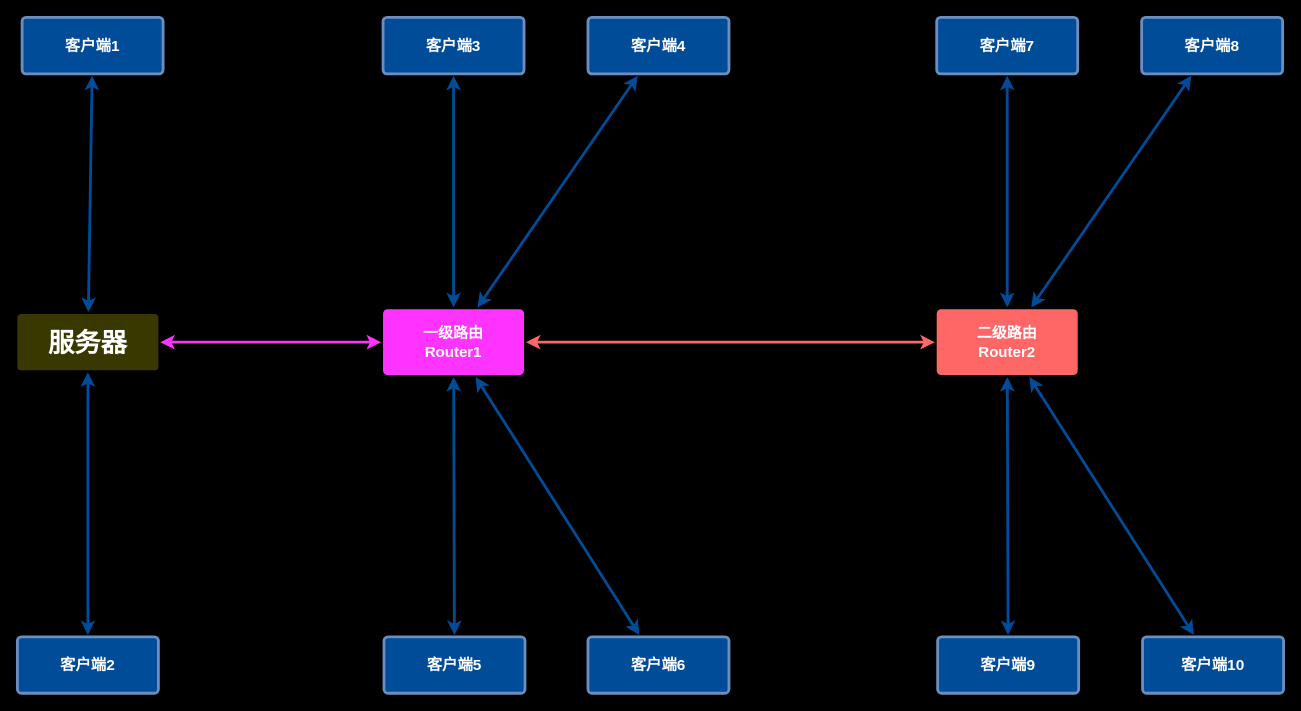
This is draw_io_test/lora_router.drawio from doctor1cong/draw_flow_chart, a draw.io file, before an edit. Source tidied: cells renumbered, new cells numbered last; positions are measured from the earlier drawing's top-left corner, leaving out a move shared by most shapes. Both pictures are drawn from the tidied source at 94%, with x=0, y=0 at pixel (17, 17).
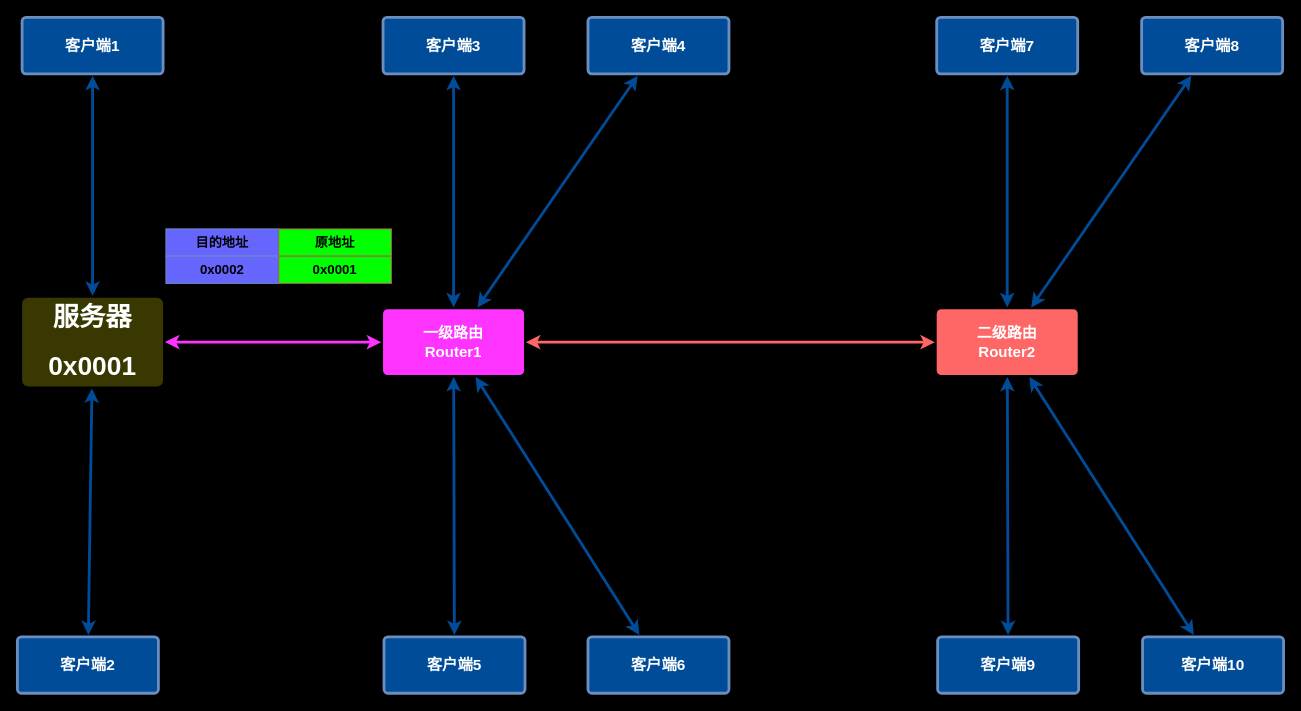
After the change.

The edit, as a diff of the source:
```diff
@@
-    <mxCell id="5" value="&lt;h1&gt;服务器&lt;/h1&gt;" style="rounded=1;whiteSpace=wrap;html=1;shadow=0;labelBackgroundColor=none;strokeColor=none;strokeWidth=3;fillColor=#383800;fontFamily=Helvetica;fontSize=14;fontColor=#FFFFFF;align=center;spacing=5;fontStyle=1;arcSize=7;perimeterSpacing=2;" parent="1" vertex="1">
-      <mxGeometry y="315.5" width="150" height="60" as="geometry" />
+    <mxCell id="5" value="&lt;h1&gt;服务器&lt;/h1&gt;&lt;h1&gt;0x0001&lt;/h1&gt;" style="rounded=1;whiteSpace=wrap;html=1;shadow=0;labelBackgroundColor=none;strokeColor=none;strokeWidth=3;fillColor=#383800;fontFamily=Helvetica;fontSize=14;fontColor=#FFFFFF;align=center;spacing=5;fontStyle=1;arcSize=7;perimeterSpacing=2;horizontal=1;" parent="1" vertex="1">
+      <mxGeometry x="5" y="298.2" width="150" height="94.5" as="geometry" />
     </mxCell>
@@
+    <mxCell id="27" style="group;strokeWidth=3;" parent="1" vertex="1">
+      <mxGeometry x="158" y="225" width="240" height="58" as="geometry" />
+    </mxCell>
+    <mxCell id="28" value="&lt;h3 style=&quot;font-size: 14px;&quot;&gt;目的地址&lt;/h3&gt;" style="rounded=0;whiteSpace=wrap;html=1;fillColor=#6666FF;strokeColor=#6c8ebf;fontSize=14;" parent="27" vertex="1">
+      <mxGeometry width="120" height="29" as="geometry" />
+    </mxCell>
+    <mxCell id="29" value="&lt;h3&gt;原地址&lt;/h3&gt;" style="rounded=0;whiteSpace=wrap;html=1;fillColor=#00FF00;strokeColor=#b85450;" parent="27" vertex="1">
+      <mxGeometry x="120" width="120" height="29" as="geometry" />
+    </mxCell>
+    <mxCell id="30" value="&lt;h3 style=&quot;font-size: 14px;&quot;&gt;0x0002&lt;/h3&gt;" style="rounded=0;whiteSpace=wrap;html=1;fillColor=#6666FF;strokeColor=#6c8ebf;fontSize=14;" parent="27" vertex="1">
+      <mxGeometry y="29" width="120" height="29" as="geometry" />
+    </mxCell>
+    <mxCell id="31" value="&lt;h3&gt;0x0001&lt;/h3&gt;" style="rounded=0;whiteSpace=wrap;html=1;fillColor=#00FF00;strokeColor=#b85450;" parent="27" vertex="1">
+      <mxGeometry x="120" y="29" width="120" height="29" as="geometry" />
+    </mxCell>
```
